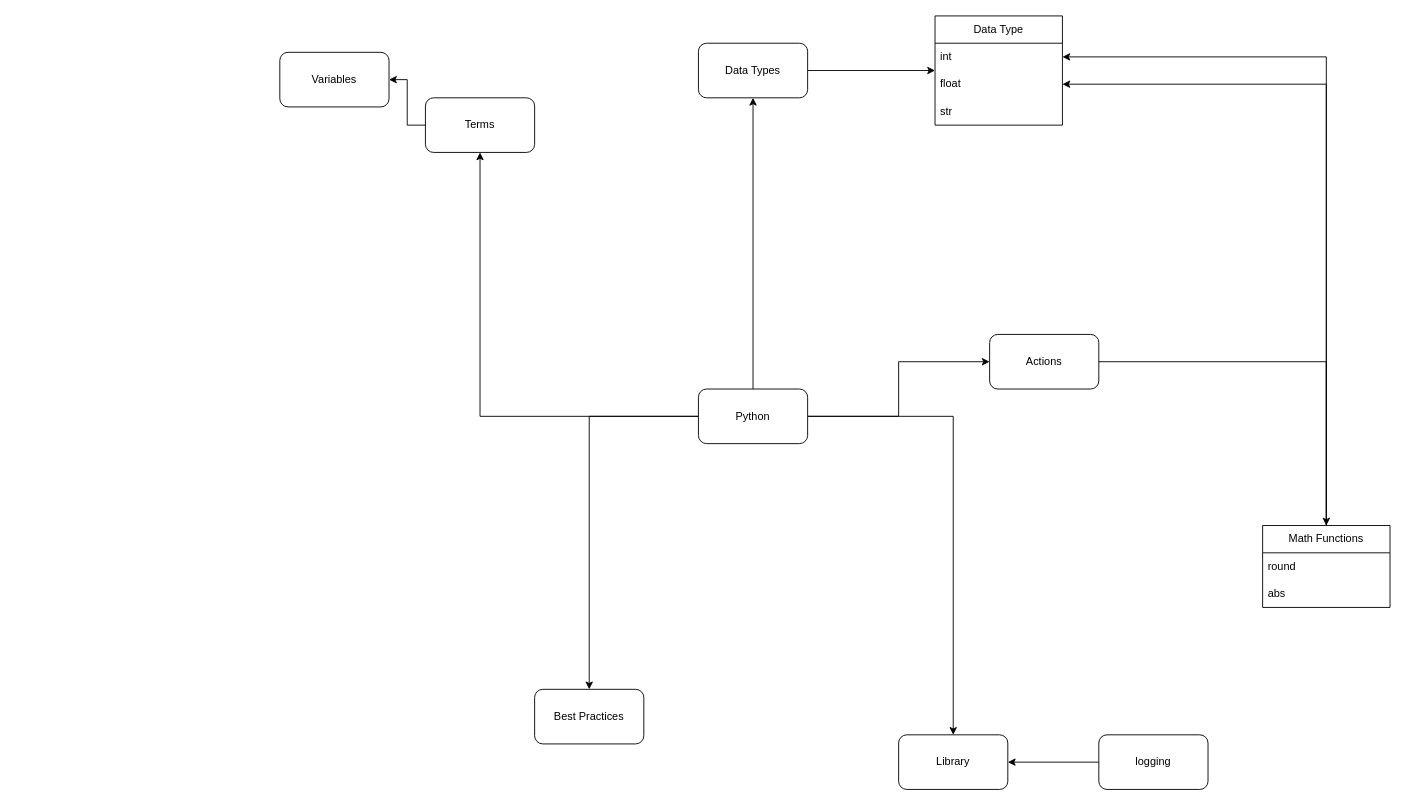
The draw.io diagram page "basics" (2 of 2) of python/python.drawio in Mini-Pingu/math_physics, before the edit. Source tidied: cells renumbered, new cells numbered last; positions are measured from the earlier drawing's top-left corner, leaving out a move shared by most shapes. Both pictures are drawn from the tidied source at 91%, with x=0, y=0 at pixel (279, 15).
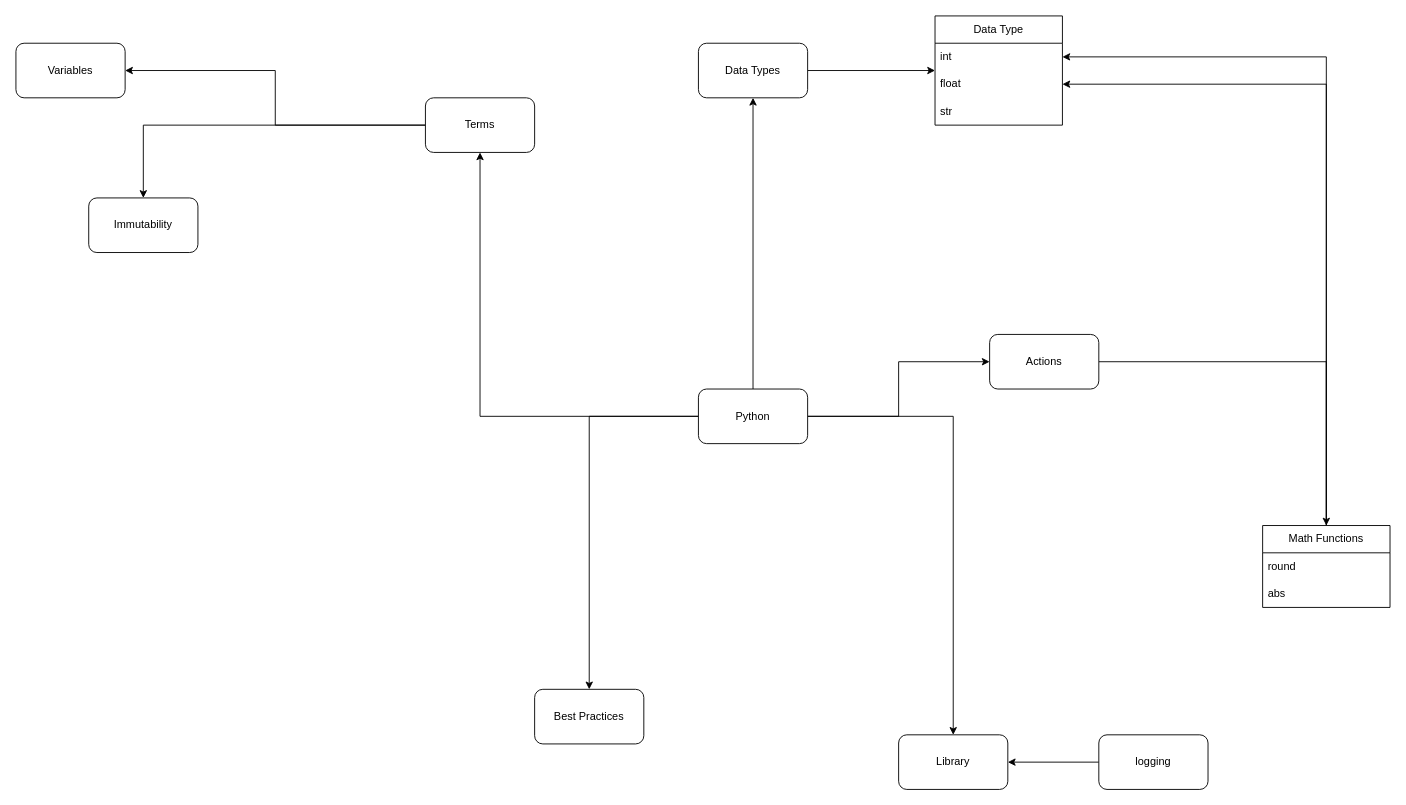
Above is the later version.

The change refers to these unchanged cells:
```xml
<mxCell id="3" value="Terms" style="rounded=1;whiteSpace=wrap;html=1;" parent="1" vertex="1">
  <mxGeometry x="160" y="90" width="120" height="60" as="geometry" />
</mxCell>
```

Change to the diagram source:
```diff
@@
+    <mxCell id="28" style="edgeStyle=orthogonalEdgeStyle;rounded=0;jettySize=auto;html=1;" parent="1" edge="1" source="3" target="29">
+      <mxGeometry relative="1" as="geometry" />
+    </mxCell>
@@
     <mxCell id="24" value="Variables" style="rounded=1;whiteSpace=wrap;html=1;" parent="1" vertex="1">
-      <mxGeometry y="40" width="120" height="60" as="geometry" />
+      <mxGeometry x="-290" y="30" width="120" height="60" as="geometry" />
     </mxCell>
@@
+    <mxCell id="29" value="Immutability" style="rounded=1;whiteSpace=wrap;html=1;" parent="1" vertex="1">
+      <mxGeometry x="-210" y="200" width="120" height="60" as="geometry" />
+    </mxCell>
```
